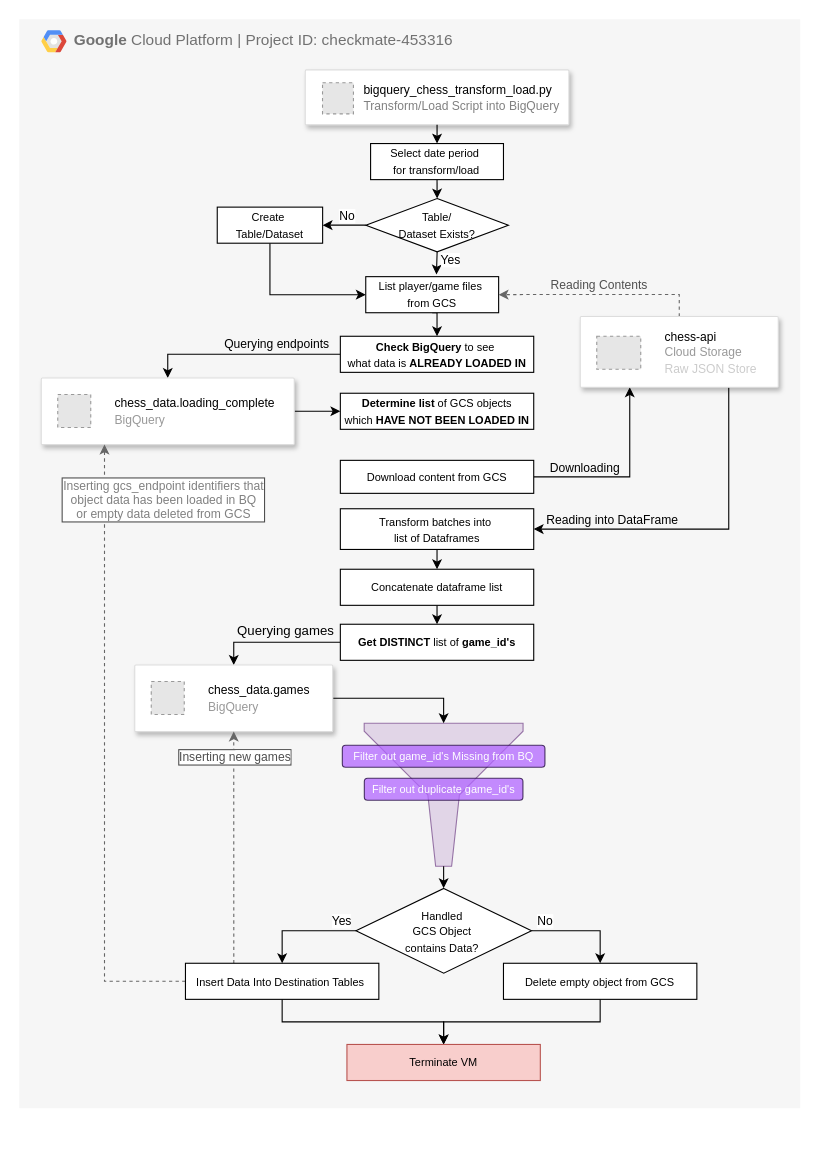
Earlier version of the draw.io diagram page "Transformation Data Flow" (4 of 4) of diagrams/architecture/chess_pipeline_architecture.drawio (Filpill/chess_analysis). Source tidied: cells renumbered, new cells numbered last; positions are measured from the earlier drawing's top-left corner, leaving out a move shared by most shapes. Both pictures are drawn from the tidied source at 110%, with x=0, y=0 at pixel (19, 19). Pictures stored in the file or linked from it are replaced by grey dashed boxes.
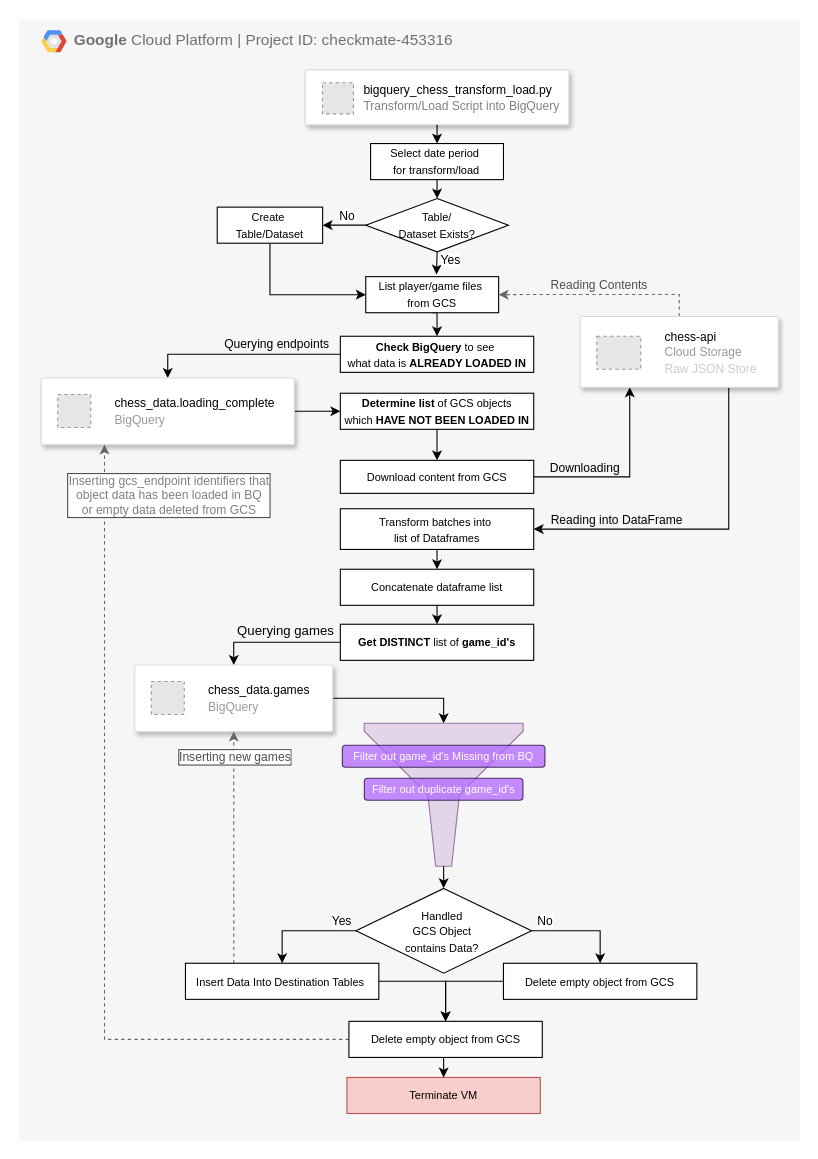
The same page after the edit.

The change refers to these unchanged cells:
```xml
<mxCell id="27" value="&lt;span style=&quot;font-size: 10px; text-wrap-mode: nowrap; background-color: rgb(255, 255, 255);&quot;&gt;&lt;b&gt;Determine list &lt;/b&gt;of GCS objects&lt;/span&gt;&lt;div&gt;&lt;span style=&quot;font-size: 10px; text-wrap-mode: nowrap; background-color: rgb(255, 255, 255);&quot;&gt;which&lt;b&gt; HAVE NOT BEEN LOADED IN&lt;/b&gt;&lt;/span&gt;&lt;/div&gt;" style="rounded=0;whiteSpace=wrap;html=1;" parent="1" vertex="1">
  <mxGeometry x="291.9" y="340" width="175.8" height="32.8" as="geometry" />
</mxCell>
<mxCell id="30" value="&lt;span style=&quot;font-size: 10px; text-wrap-mode: nowrap; background-color: rgb(255, 255, 255);&quot;&gt;Download content from GCS&lt;/span&gt;" style="rounded=0;whiteSpace=wrap;html=1;" parent="1" vertex="1">
  <mxGeometry x="291.9" y="401" width="175.8" height="30" as="geometry" />
</mxCell>
<mxCell id="38" style="strokeColor=#dddddd;shadow=1;strokeWidth=1;rounded=1;absoluteArcSize=1;arcSize=2;" parent="1" vertex="1">
  <mxGeometry x="20" y="326.1" width="230" height="60.6" as="geometry" />
</mxCell>
<mxCell id="42" style="edgeStyle=orthogonalEdgeStyle;rounded=0;jettySize=auto;html=1;exitX=0.75;exitY=1;exitDx=0;exitDy=0;entryX=1;entryY=0.5;entryDx=0;entryDy=0;" parent="1" edge="1" source="44" target="32">
  <mxGeometry relative="1" as="geometry" />
</mxCell>
<mxCell id="55" value="&lt;span style=&quot;font-size: 10px; text-wrap-mode: nowrap; background-color: rgb(255, 255, 255);&quot;&gt;Insert Data Into Destination Tables&amp;nbsp;&lt;/span&gt;" style="rounded=0;whiteSpace=wrap;html=1;" parent="1" vertex="1">
  <mxGeometry x="151.1" y="858.2" width="175.8" height="32.8" as="geometry" />
</mxCell>
<mxCell id="63" value="&lt;span style=&quot;font-size: 10px; text-wrap-mode: nowrap; background-color: rgb(255, 255, 255);&quot;&gt;Delete empty object from GCS&lt;/span&gt;" style="rounded=0;whiteSpace=wrap;html=1;" parent="1" vertex="1">
  <mxGeometry x="440.2" y="858.2" width="175.8" height="32.8" as="geometry" />
</mxCell>
```

The edit, as a diff of the source:
```diff
@@
     <mxCell id="2" value="&lt;b&gt;Google &lt;/b&gt;Cloud Platform | Project ID: checkmate-453316" style="fillColor=#F6F6F6;strokeColor=none;shadow=0;gradientColor=none;fontSize=14;align=left;spacing=10;fontColor=#717171;9E9E9E;verticalAlign=top;spacingTop=-4;fontStyle=0;spacingLeft=40;html=1;whiteSpace=wrap;" parent="1" vertex="1">
-      <mxGeometry width="710" height="990" as="geometry" />
+      <mxGeometry width="710" height="1020" as="geometry" />
     </mxCell>
@@
+    <mxCell id="65" style="edgeStyle=orthogonalEdgeStyle;rounded=0;jettySize=auto;html=1;exitX=0.5;exitY=1;exitDx=0;exitDy=0;entryX=0.5;entryY=0;entryDx=0;entryDy=0;" parent="1" edge="1" source="27" target="30">
+      <mxGeometry relative="1" as="geometry" />
+    </mxCell>
@@
     <mxCell id="43" value="Reading into DataFrame" style="edgeLabel;html=1;align=center;verticalAlign=middle;labelBackgroundColor=none;" parent="42" vertex="1">
       <mxGeometry x="0.24" y="1" relative="1" as="geometry">
-        <mxPoint x="-45" y="-10" as="offset" />
+        <mxPoint x="-41" y="-10" as="offset" />
       </mxGeometry>
     </mxCell>
@@
-    <mxCell id="50" style="edgeStyle=orthogonalEdgeStyle;rounded=0;jettySize=auto;html=1;exitX=0.5;exitY=1;exitDx=0;exitDy=0;" parent="1" edge="1" source="55" target="64">
-      <mxGeometry relative="1" as="geometry" />
-    </mxCell>
@@
-    <mxCell id="53" style="edgeStyle=orthogonalEdgeStyle;rounded=0;jettySize=auto;html=1;exitX=0;exitY=0.5;exitDx=0;exitDy=0;entryX=0.25;entryY=1;entryDx=0;entryDy=0;fillColor=#f5f5f5;strokeColor=#666666;dashed=1;" parent="1" edge="1" source="55" target="38">
+    <mxCell id="53" style="edgeStyle=orthogonalEdgeStyle;rounded=0;jettySize=auto;html=1;entryX=0.25;entryY=1;entryDx=0;entryDy=0;fillColor=#f5f5f5;strokeColor=#666666;dashed=1;" parent="1" edge="1" source="69" target="38">
       <mxGeometry relative="1" as="geometry" />
     </mxCell>
     <mxCell id="54" value="Inserting gcs_endpoint identifiers that&lt;div&gt;object data has been loaded in BQ&lt;br&gt;or empty data deleted from GCS&lt;/div&gt;" style="edgeLabel;html=1;align=center;verticalAlign=middle;fontColor=#808080;labelBorderColor=#4F4F4F;" parent="53" vertex="1">
       <mxGeometry x="-0.12" y="-3" relative="1" as="geometry">
-        <mxPoint x="50" y="-265" as="offset" />
+        <mxPoint x="55" y="-381" as="offset" />
       </mxGeometry>
     </mxCell>
+    <mxCell id="66" style="edgeStyle=orthogonalEdgeStyle;rounded=0;jettySize=auto;html=1;exitX=1;exitY=0.5;exitDx=0;exitDy=0;" parent="1" edge="1" source="55" target="69">
+      <mxGeometry relative="1" as="geometry" />
+    </mxCell>
@@
-    <mxCell id="62" style="edgeStyle=orthogonalEdgeStyle;rounded=0;jettySize=auto;html=1;exitX=0.5;exitY=1;exitDx=0;exitDy=0;entryX=0.5;entryY=0;entryDx=0;entryDy=0;" parent="1" edge="1" source="63" target="64">
-      <mxGeometry relative="1" as="geometry" />
-    </mxCell>
+    <mxCell id="67" style="edgeStyle=orthogonalEdgeStyle;rounded=0;jettySize=auto;html=1;exitX=0;exitY=0.5;exitDx=0;exitDy=0;entryX=0.5;entryY=0;entryDx=0;entryDy=0;" parent="1" edge="1" source="63" target="69">
+      <mxGeometry relative="1" as="geometry" />
+    </mxCell>
@@
     <mxCell id="64" value="&lt;span style=&quot;font-size: 10px; text-wrap-mode: nowrap;&quot;&gt;Terminate VM&lt;/span&gt;" style="rounded=0;whiteSpace=wrap;html=1;fillColor=#f8cecc;strokeColor=#b85450;" parent="1" vertex="1">
-      <mxGeometry x="297.9" y="932" width="175.8" height="32.8" as="geometry" />
+      <mxGeometry x="297.9" y="962" width="175.8" height="32.8" as="geometry" />
     </mxCell>
+    <mxCell id="68" style="edgeStyle=orthogonalEdgeStyle;rounded=0;jettySize=auto;html=1;exitX=0.5;exitY=1;exitDx=0;exitDy=0;entryX=0.5;entryY=0;entryDx=0;entryDy=0;" parent="1" edge="1" source="69" target="64">
+      <mxGeometry relative="1" as="geometry" />
+    </mxCell>
+    <mxCell id="69" value="&lt;span style=&quot;font-size: 10px; text-wrap-mode: nowrap; background-color: rgb(255, 255, 255);&quot;&gt;Delete empty object from GCS&lt;/span&gt;" style="rounded=0;whiteSpace=wrap;html=1;" parent="1" vertex="1">
+      <mxGeometry x="299.7" y="911" width="175.8" height="32.8" as="geometry" />
+    </mxCell>
```
